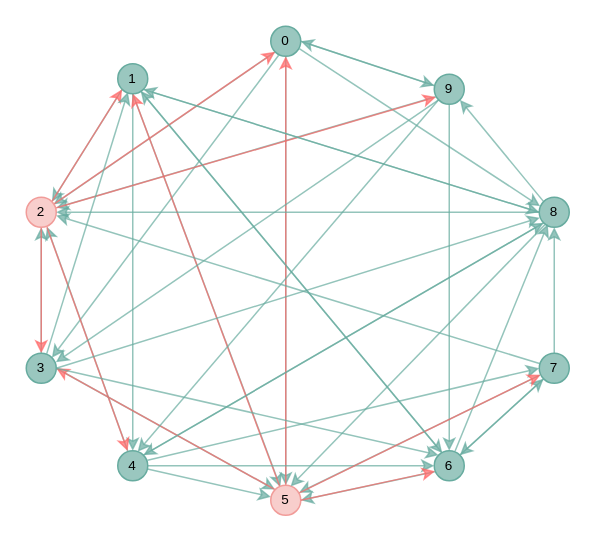
The draw.io diagram Non-iid Resilient Learning/topo.drawio in Lumos598/drawio, before the edit. Source tidied: cells renumbered, new cells numbered last; positions are measured from the earlier drawing's top-left corner, leaving out a move shared by most shapes. Both pictures are drawn from the tidied source at 150%, with x=0, y=0 at pixel (26, 26).
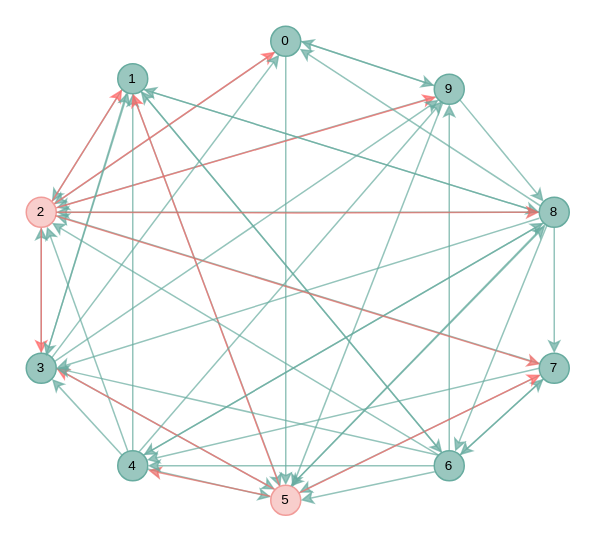
After the change.

Unchanged cells that the change refers to:
```xml
<mxCell id="10" value="0" style="ellipse;whiteSpace=wrap;html=1;fontSize=9;fillColor=#9AC7BF;strokeColor=#67AB9F;" parent="1" vertex="1">
  <mxGeometry x="163" width="20" height="20" as="geometry" />
</mxCell>
<mxCell id="15" value="1" style="ellipse;whiteSpace=wrap;html=1;fontSize=9;fillColor=#9AC7BF;strokeColor=#67AB9F;" parent="1" vertex="1">
  <mxGeometry x="61" y="25" width="20" height="20" as="geometry" />
</mxCell>
<mxCell id="21" value="2" style="ellipse;whiteSpace=wrap;html=1;fillColor=#F8CECC;fontSize=9;strokeColor=#F19C99;" parent="1" vertex="1">
  <mxGeometry y="114" width="20" height="20" as="geometry" />
</mxCell>
<mxCell id="23" value="3" style="ellipse;whiteSpace=wrap;html=1;fontSize=9;fillColor=#9AC7BF;strokeColor=#67AB9F;" parent="1" vertex="1">
  <mxGeometry y="218" width="20" height="20" as="geometry" />
</mxCell>
<mxCell id="27" value="4" style="ellipse;whiteSpace=wrap;html=1;fontSize=9;fillColor=#9AC7BF;strokeColor=#67AB9F;" parent="1" vertex="1">
  <mxGeometry x="61" y="283" width="20" height="20" as="geometry" />
</mxCell>
<mxCell id="31" value="5" style="ellipse;whiteSpace=wrap;html=1;fillColor=#F8CECC;fontSize=9;strokeColor=#F19C99;" parent="1" vertex="1">
  <mxGeometry x="163" y="306" width="20" height="20" as="geometry" />
</mxCell>
<mxCell id="34" value="6" style="ellipse;whiteSpace=wrap;html=1;fontSize=9;fillColor=#9AC7BF;strokeColor=#67AB9F;" parent="1" vertex="1">
  <mxGeometry x="272" y="283" width="20" height="20" as="geometry" />
</mxCell>
<mxCell id="37" value="7" style="ellipse;whiteSpace=wrap;html=1;fontSize=9;fillColor=#9AC7BF;strokeColor=#67AB9F;" parent="1" vertex="1">
  <mxGeometry x="342" y="218" width="20" height="20" as="geometry" />
</mxCell>
<mxCell id="40" value="8" style="ellipse;whiteSpace=wrap;html=1;fontSize=9;fillColor=#9AC7BF;strokeColor=#67AB9F;" parent="1" vertex="1">
  <mxGeometry x="342" y="114" width="20" height="20" as="geometry" />
</mxCell>
<mxCell id="43" value="9" style="ellipse;whiteSpace=wrap;html=1;fontSize=9;fillColor=#9AC7BF;strokeColor=#67AB9F;" parent="1" vertex="1">
  <mxGeometry x="272" y="32" width="20" height="20" as="geometry" />
</mxCell>
```

Diff of the diagram source:
```diff
@@
-    <mxCell id="6" style="rounded=0;jettySize=auto;html=1;exitX=0.263;exitY=0.968;exitDx=0;exitDy=0;entryX=1;entryY=0;entryDx=0;entryDy=0;opacity=70;exitPerimeter=0;strokeColor=#67AB9F;" parent="1" edge="1" source="10" target="23">
-      <mxGeometry relative="1" as="geometry" />
-    </mxCell>
-    <mxCell id="7" style="rounded=0;jettySize=auto;html=1;exitX=0.95;exitY=0.745;exitDx=0;exitDy=0;entryX=0.03;entryY=0.3;entryDx=0;entryDy=0;exitPerimeter=0;entryPerimeter=0;opacity=70;strokeColor=#67AB9F;" parent="1" edge="1" source="10" target="40">
-      <mxGeometry relative="1" as="geometry" />
-    </mxCell>
@@
-    <mxCell id="9" style="edgeStyle=orthogonalEdgeStyle;rounded=0;jettySize=auto;html=1;exitX=0.5;exitY=1;exitDx=0;exitDy=0;entryX=0.5;entryY=0;entryDx=0;entryDy=0;strokeColor=#67AB9F;opacity=70;fillColor=#CDA2BE;" parent="1" edge="1" source="10" target="31">
+    <mxCell id="9" style="edgeStyle=orthogonalEdgeStyle;rounded=0;jettySize=auto;html=1;exitX=0.5;exitY=1;exitDx=0;exitDy=0;entryX=0.5;entryY=0;entryDx=0;entryDy=0;strokeColor=#67AB9F;opacity=70;" parent="1" edge="1" source="10" target="31">
       <mxGeometry relative="1" as="geometry" />
     </mxCell>
@@
-    <mxCell id="12" style="rounded=0;jettySize=auto;html=1;exitX=0.5;exitY=1;exitDx=0;exitDy=0;opacity=70;strokeColor=#67AB9F;" parent="1" edge="1" source="15" target="27">
-      <mxGeometry relative="1" as="geometry" />
-    </mxCell>
@@
-    <mxCell id="19" style="rounded=0;jettySize=auto;html=1;exitX=0.69;exitY=1;exitDx=0;exitDy=0;entryX=0.33;entryY=0.01;entryDx=0;entryDy=0;strokeColor=#FF6666;exitPerimeter=0;entryPerimeter=0;opacity=70;" parent="1" edge="1" source="21" target="27">
-      <mxGeometry relative="1" as="geometry" />
-    </mxCell>
@@
+    <mxCell id="60" style="rounded=0;jettySize=auto;html=1;exitX=0.95;exitY=0.267;exitDx=0;exitDy=0;entryX=0;entryY=1;entryDx=0;entryDy=0;exitPerimeter=0;strokeColor=#67AB9F;opacity=70;" parent="1" edge="1" source="23" target="43">
+      <mxGeometry relative="1" as="geometry" />
+    </mxCell>
@@
-    <mxCell id="25" style="rounded=0;jettySize=auto;html=1;exitX=0.992;exitY=0.318;exitDx=0;exitDy=0;entryX=0;entryY=0.5;entryDx=0;entryDy=0;opacity=70;exitPerimeter=0;strokeColor=#67AB9F;" parent="1" edge="1" source="27" target="37">
-      <mxGeometry relative="1" as="geometry" />
-    </mxCell>
@@
+    <mxCell id="61" style="edgeStyle=orthogonalEdgeStyle;rounded=0;jettySize=auto;html=1;exitX=0.5;exitY=0;exitDx=0;exitDy=0;entryX=0.5;entryY=1;entryDx=0;entryDy=0;fillColor=#9AC7BF;strokeColor=#67AB9F;curved=0;opacity=70;" parent="1" edge="1" source="27" target="15">
+      <mxGeometry relative="1" as="geometry" />
+    </mxCell>
+    <mxCell id="62" style="rounded=0;jettySize=auto;html=1;exitX=0;exitY=0;exitDx=0;exitDy=0;entryX=1;entryY=1;entryDx=0;entryDy=0;strokeColor=#67AB9F;opacity=70;" parent="1" edge="1" source="27" target="23">
+      <mxGeometry relative="1" as="geometry" />
+    </mxCell>
@@
-    <mxCell id="28" style="rounded=0;jettySize=auto;html=1;exitX=0.5;exitY=0;exitDx=0;exitDy=0;entryX=0.5;entryY=1;entryDx=0;entryDy=0;strokeColor=#FF6666;opacity=70;" parent="1" edge="1" source="31" target="10">
-      <mxGeometry relative="1" as="geometry" />
-    </mxCell>
@@
+    <mxCell id="63" style="rounded=0;jettySize=auto;html=1;exitX=0.665;exitY=0.036;exitDx=0;exitDy=0;exitPerimeter=0;strokeColor=#67AB9F;opacity=70;" parent="1" edge="1" source="31">
+      <mxGeometry relative="1" as="geometry">
+        <mxPoint x="346" y="133" as="targetPoint" />
+      </mxGeometry>
+    </mxCell>
@@
+    <mxCell id="64" style="rounded=0;jettySize=auto;html=1;exitX=0;exitY=0;exitDx=0;exitDy=0;entryX=1;entryY=0.5;entryDx=0;entryDy=0;strokeColor=#67AB9F;opacity=70;" parent="1" edge="1" source="34" target="23">
+      <mxGeometry relative="1" as="geometry" />
+    </mxCell>
+    <mxCell id="65" style="rounded=0;jettySize=auto;html=1;exitX=0;exitY=0;exitDx=0;exitDy=0;entryX=1;entryY=1;entryDx=0;entryDy=0;strokeColor=#67AB9F;opacity=70;" parent="1" edge="1" source="34" target="21">
+      <mxGeometry relative="1" as="geometry" />
+    </mxCell>
+    <mxCell id="66" style="edgeStyle=orthogonalEdgeStyle;rounded=0;jettySize=auto;html=1;exitX=0.5;exitY=0;exitDx=0;exitDy=0;entryX=0.5;entryY=1;entryDx=0;entryDy=0;strokeColor=#67AB9F;opacity=70;" parent="1" edge="1" source="34" target="43">
+      <mxGeometry relative="1" as="geometry" />
+    </mxCell>
@@
-    <mxCell id="36" style="edgeStyle=orthogonalEdgeStyle;rounded=0;jettySize=auto;html=1;entryX=0.5;entryY=1;entryDx=0;entryDy=0;opacity=70;strokeColor=#67AB9F;" parent="1" edge="1" source="37" target="40">
-      <mxGeometry relative="1" as="geometry" />
-    </mxCell>
@@
+    <mxCell id="67" style="rounded=0;jettySize=auto;html=1;exitX=0.06;exitY=0.3;exitDx=0;exitDy=0;entryX=0.965;entryY=0.75;entryDx=0;entryDy=0;exitPerimeter=0;entryPerimeter=0;strokeColor=#67AB9F;opacity=70;" parent="1" edge="1" source="40" target="10">
+      <mxGeometry relative="1" as="geometry" />
+    </mxCell>
+    <mxCell id="68" style="rounded=0;jettySize=auto;html=1;entryX=1;entryY=0.5;entryDx=0;entryDy=0;strokeColor=#67AB9F;opacity=70;" parent="1" edge="1" target="23">
+      <mxGeometry relative="1" as="geometry">
+        <mxPoint x="342" y="128" as="sourcePoint" />
+      </mxGeometry>
+    </mxCell>
+    <mxCell id="69" style="edgeStyle=orthogonalEdgeStyle;rounded=0;jettySize=auto;html=1;exitX=0.5;exitY=1;exitDx=0;exitDy=0;entryX=0.5;entryY=0;entryDx=0;entryDy=0;fillColor=#67AB9F;strokeColor=#67AB9F;opacity=70;" parent="1" edge="1" source="40" target="37">
+      <mxGeometry relative="1" as="geometry" />
+    </mxCell>
@@
-    <mxCell id="42" style="rounded=0;jettySize=auto;html=1;entryX=0.5;entryY=0;entryDx=0;entryDy=0;opacity=70;strokeColor=#67AB9F;" parent="1" edge="1" source="43" target="34">
-      <mxGeometry relative="1" as="geometry" />
-    </mxCell>
+    <mxCell id="70" style="rounded=0;jettySize=auto;html=1;exitX=1;exitY=1;exitDx=0;exitDy=0;entryX=0;entryY=0;entryDx=0;entryDy=0;strokeColor=#67AB9F;opacity=70;" parent="1" edge="1" source="43" target="40">
+      <mxGeometry relative="1" as="geometry" />
+    </mxCell>
@@
-    <mxCell id="46" style="rounded=0;jettySize=auto;html=1;exitX=1;exitY=0.5;exitDx=0;exitDy=0;entryX=0;entryY=0;entryDx=0;entryDy=0;opacity=70;strokeColor=#67AB9F;" parent="1" edge="1" source="23" target="34">
-      <mxGeometry relative="1" as="geometry" />
-    </mxCell>
-    <mxCell id="47" style="rounded=0;jettySize=auto;html=1;exitX=1;exitY=0.5;exitDx=0;exitDy=0;entryX=0.02;entryY=0.68;entryDx=0;entryDy=0;entryPerimeter=0;opacity=70;strokeColor=#67AB9F;" parent="1" edge="1" source="23" target="40">
-      <mxGeometry relative="1" as="geometry" />
-    </mxCell>
-    <mxCell id="48" style="rounded=0;jettySize=auto;html=1;exitX=1;exitY=0.5;exitDx=0;exitDy=0;entryX=0;entryY=0.5;entryDx=0;entryDy=0;opacity=70;strokeColor=#67AB9F;" parent="1" edge="1" source="27" target="34">
-      <mxGeometry relative="1" as="geometry" />
-    </mxCell>
-    <mxCell id="49" style="rounded=0;jettySize=auto;html=1;exitX=0.692;exitY=0.019;exitDx=0;exitDy=0;entryX=0.285;entryY=0.9;entryDx=0;entryDy=0;entryPerimeter=0;opacity=70;exitPerimeter=0;strokeColor=#67AB9F;" parent="1" edge="1" source="34" target="40">
-      <mxGeometry relative="1" as="geometry" />
-    </mxCell>
@@
-    <mxCell id="52" style="rounded=0;jettySize=auto;html=1;exitX=0;exitY=0;exitDx=0;exitDy=0;opacity=70;entryX=1;entryY=1;entryDx=0;entryDy=0;strokeColor=#67AB9F;" parent="1" edge="1" source="40" target="43">
-      <mxGeometry relative="1" as="geometry" />
-    </mxCell>
@@
-    <mxCell id="55" style="rounded=0;jettySize=auto;html=1;exitX=0;exitY=1;exitDx=0;exitDy=0;entryX=0.985;entryY=0.3;entryDx=0;entryDy=0;entryPerimeter=0;opacity=70;strokeColor=#67AB9F;" parent="1" edge="1" source="43" target="23">
-      <mxGeometry relative="1" as="geometry" />
-    </mxCell>
-    <mxCell id="56" style="rounded=0;jettySize=auto;html=1;exitX=0;exitY=1;exitDx=0;exitDy=0;entryX=0.662;entryY=0.033;entryDx=0;entryDy=0;entryPerimeter=0;opacity=70;strokeColor=#67AB9F;" parent="1" edge="1" source="43" target="27">
-      <mxGeometry relative="1" as="geometry" />
-    </mxCell>
-    <mxCell id="57" style="rounded=0;jettySize=auto;html=1;exitX=1;exitY=0.5;exitDx=0;exitDy=0;entryX=0.026;entryY=0.687;entryDx=0;entryDy=0;entryPerimeter=0;strokeColor=#FF6666;opacity=70;" parent="1" edge="1" source="31" target="34">
-      <mxGeometry relative="1" as="geometry" />
-    </mxCell>
@@
+    <mxCell id="71" style="rounded=0;jettySize=auto;html=1;exitX=1;exitY=0;exitDx=0;exitDy=0;entryX=0.29;entryY=0.94;entryDx=0;entryDy=0;entryPerimeter=0;strokeColor=#67AB9F;opacity=70;" parent="1" edge="1" source="23" target="10">
+      <mxGeometry relative="1" as="geometry" />
+    </mxCell>
+    <mxCell id="72" style="rounded=0;jettySize=auto;html=1;exitX=0.29;exitY=0.99;exitDx=0;exitDy=0;entryX=0.66;entryY=0.1;entryDx=0;entryDy=0;entryPerimeter=0;exitPerimeter=0;strokeColor=#67AB9F;opacity=70;" parent="1" edge="1" source="15" target="23">
+      <mxGeometry relative="1" as="geometry" />
+    </mxCell>
+    <mxCell id="73" style="rounded=0;jettySize=auto;html=1;exitX=0.967;exitY=0.617;exitDx=0;exitDy=0;entryX=0.033;entryY=0.367;entryDx=0;entryDy=0;entryPerimeter=0;exitPerimeter=0;strokeColor=#EA6B66;opacity=70;" parent="1" edge="1" source="21" target="37">
+      <mxGeometry relative="1" as="geometry" />
+    </mxCell>
+    <mxCell id="74" style="rounded=0;jettySize=auto;html=1;exitX=0.283;exitY=0.95;exitDx=0;exitDy=0;entryX=0.717;entryY=0.067;entryDx=0;entryDy=0;entryPerimeter=0;exitPerimeter=0;strokeColor=#67AB9F;opacity=70;" parent="1" edge="1" source="43" target="31">
+      <mxGeometry relative="1" as="geometry" />
+    </mxCell>
+    <mxCell id="75" style="rounded=0;jettySize=auto;html=1;exitX=-0.017;exitY=0.367;exitDx=0;exitDy=0;entryX=1.017;entryY=0.65;entryDx=0;entryDy=0;entryPerimeter=0;exitPerimeter=0;strokeColor=#EA6B66;opacity=70;" parent="1" edge="1" source="31" target="27">
+      <mxGeometry relative="1" as="geometry" />
+    </mxCell>
+    <mxCell id="76" style="rounded=0;jettySize=auto;html=1;entryX=0.696;entryY=0.028;entryDx=0;entryDy=0;entryPerimeter=0;strokeColor=#67AB9F;opacity=70;" parent="1" edge="1" target="34">
+      <mxGeometry relative="1" as="geometry">
+        <mxPoint x="347" y="133" as="sourcePoint" />
+      </mxGeometry>
+    </mxCell>
+    <mxCell id="77" style="edgeStyle=orthogonalEdgeStyle;rounded=0;jettySize=auto;html=1;exitX=0;exitY=0.5;exitDx=0;exitDy=0;strokeColor=#67AB9F;opacity=70;" parent="1" edge="1" source="34">
+      <mxGeometry relative="1" as="geometry">
+        <mxPoint x="81" y="293" as="targetPoint" />
+      </mxGeometry>
+    </mxCell>
+    <mxCell id="78" style="rounded=0;jettySize=auto;html=1;exitX=0;exitY=0.5;exitDx=0;exitDy=0;entryX=0.964;entryY=0.311;entryDx=0;entryDy=0;entryPerimeter=0;strokeColor=#67AB9F;opacity=70;" parent="1" edge="1" source="37" target="27">
+      <mxGeometry relative="1" as="geometry" />
+    </mxCell>
+    <mxCell id="79" style="rounded=0;jettySize=auto;html=1;exitX=0.7;exitY=0.05;exitDx=0;exitDy=0;entryX=0.275;entryY=0.889;entryDx=0;entryDy=0;entryPerimeter=0;exitPerimeter=0;strokeColor=#67AB9F;opacity=70;" parent="1" edge="1" source="27" target="43">
+      <mxGeometry relative="1" as="geometry" />
+    </mxCell>
+    <mxCell id="80" style="edgeStyle=orthogonalEdgeStyle;rounded=0;jettySize=auto;html=1;strokeColor=#EA6B66;opacity=70;entryX=0;entryY=0.5;entryDx=0;entryDy=0;" parent="1" edge="1" target="40">
+      <mxGeometry relative="1" as="geometry">
+        <mxPoint x="20" y="124" as="sourcePoint" />
+      </mxGeometry>
+    </mxCell>
```
